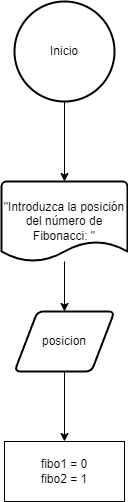
Before: unidad-1/tareas/Tarea3/images/diagrama-tarea3-03.png, a diagram exported from draw.io (mackstm/programacion). Source tidied: cells renumbered, new cells last; positions are measured from the earlier drawing's top-left corner, leaving out a move shared by most shapes. Source of this version:
```xml
<mxGraphModel background="#ffffff">
  <root>
    <mxCell id="0" />
    <mxCell id="1" parent="0" />
    <mxCell id="2" value="Inicio" style="strokeWidth=2;html=1;shape=mxgraph.flowchart.start_2;whiteSpace=wrap;" parent="1" vertex="1">
      <mxGeometry x="13" width="100" height="100" as="geometry" />
    </mxCell>
    <mxCell id="3" style="edgeStyle=orthogonalEdgeStyle;rounded=0;jettySize=auto;html=1;entryX=0.5;entryY=0;entryDx=0;entryDy=0;" parent="1" edge="1" source="4" target="7">
      <mxGeometry relative="1" as="geometry" />
    </mxCell>
    <mxCell id="4" value="&quot;Introduzca la posición del número de Fibonacci: &quot;" style="strokeWidth=2;html=1;shape=mxgraph.flowchart.document2;whiteSpace=wrap;size=0.25;" parent="1" vertex="1">
      <mxGeometry y="180" width="126" height="80" as="geometry" />
    </mxCell>
    <mxCell id="5" style="edgeStyle=orthogonalEdgeStyle;rounded=0;jettySize=auto;html=1;entryX=0.5;entryY=0;entryDx=0;entryDy=0;entryPerimeter=0;" parent="1" edge="1" source="2" target="4">
      <mxGeometry relative="1" as="geometry" />
    </mxCell>
    <mxCell id="6" style="edgeStyle=orthogonalEdgeStyle;rounded=0;jettySize=auto;html=1;entryX=0.5;entryY=0;entryDx=0;entryDy=0;" parent="1" edge="1" source="7" target="8">
      <mxGeometry relative="1" as="geometry" />
    </mxCell>
    <mxCell id="7" value="posicion" style="shape=parallelogram;html=1;strokeWidth=2;perimeter=parallelogramPerimeter;whiteSpace=wrap;rounded=1;arcSize=12;size=0.23;" parent="1" vertex="1">
      <mxGeometry x="13" y="310" width="100" height="60" as="geometry" />
    </mxCell>
    <mxCell id="8" value="fibo1 = 0&lt;br&gt;fibo2 = 1" style="rounded=0;whiteSpace=wrap;html=1;" parent="1" vertex="1">
      <mxGeometry x="3" y="440" width="120" height="60" as="geometry" />
    </mxCell>
  </root>
</mxGraphModel>
```
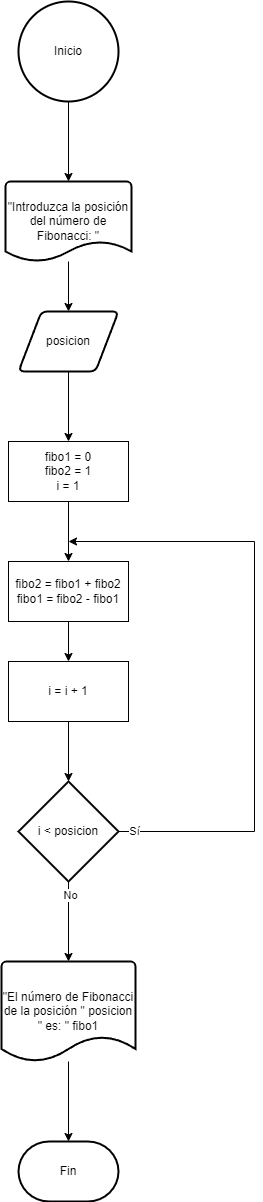
Later version of the same file.

What changed in the source:
```diff
@@ -14,14 +14,59 @@
     <mxCell id="5" style="edgeStyle=orthogonalEdgeStyle;rounded=0;jettySize=auto;html=1;entryX=0.5;entryY=0;entryDx=0;entryDy=0;entryPerimeter=0;" parent="1" edge="1" source="2" target="4">
       <mxGeometry relative="1" as="geometry" />
     </mxCell>
-    <mxCell id="6" style="edgeStyle=orthogonalEdgeStyle;rounded=0;jettySize=auto;html=1;entryX=0.5;entryY=0;entryDx=0;entryDy=0;" parent="1" edge="1" source="7" target="8">
+    <mxCell id="6" style="edgeStyle=orthogonalEdgeStyle;rounded=0;jettySize=auto;html=1;entryX=0.5;entryY=0;entryDx=0;entryDy=0;exitX=0.5;exitY=1;exitDx=0;exitDy=0;" parent="1" edge="1" source="7" target="8">
       <mxGeometry relative="1" as="geometry" />
     </mxCell>
     <mxCell id="7" value="posicion" style="shape=parallelogram;html=1;strokeWidth=2;perimeter=parallelogramPerimeter;whiteSpace=wrap;rounded=1;arcSize=12;size=0.23;" parent="1" vertex="1">
       <mxGeometry x="13" y="310" width="100" height="60" as="geometry" />
     </mxCell>
+    <mxCell id="9" style="edgeStyle=orthogonalEdgeStyle;rounded=0;jettySize=auto;html=1;entryX=0.5;entryY=0;entryDx=0;entryDy=0;exitX=0.5;exitY=1;exitDx=0;exitDy=0;" parent="1" edge="1" source="8" target="11">
+      <mxGeometry relative="1" as="geometry" />
+    </mxCell>
-    <mxCell id="8" value="fibo1 = 0&lt;br&gt;fibo2 = 1" style="rounded=0;whiteSpace=wrap;html=1;" parent="1" vertex="1">
+    <mxCell id="8" value="fibo1 = 0&lt;br&gt;fibo2 = 1&lt;br&gt;i = 1" style="rounded=0;whiteSpace=wrap;html=1;" parent="1" vertex="1">
       <mxGeometry x="3" y="440" width="120" height="60" as="geometry" />
     </mxCell>
+    <mxCell id="10" style="edgeStyle=orthogonalEdgeStyle;rounded=0;jettySize=auto;html=1;exitX=0.5;exitY=1;exitDx=0;exitDy=0;" parent="1" edge="1" source="11" target="13">
+      <mxGeometry relative="1" as="geometry" />
+    </mxCell>
+    <mxCell id="11" value="fibo2 = fibo1 + fibo2&lt;br&gt;fibo1 = fibo2 - fibo1" style="rounded=0;whiteSpace=wrap;html=1;" parent="1" vertex="1">
+      <mxGeometry x="3" y="560" width="120" height="60" as="geometry" />
+    </mxCell>
+    <mxCell id="12" style="edgeStyle=orthogonalEdgeStyle;rounded=0;jettySize=auto;html=1;" parent="1" edge="1" source="13" target="18">
+      <mxGeometry relative="1" as="geometry" />
+    </mxCell>
+    <mxCell id="13" value="i = i + 1" style="rounded=0;whiteSpace=wrap;html=1;" parent="1" vertex="1">
+      <mxGeometry x="3" y="660" width="120" height="60" as="geometry" />
+    </mxCell>
+    <mxCell id="14" style="edgeStyle=orthogonalEdgeStyle;rounded=0;jettySize=auto;html=1;exitX=1;exitY=0.5;exitDx=0;exitDy=0;exitPerimeter=0;" parent="1" edge="1" source="18">
+      <mxGeometry relative="1" as="geometry">
+        <mxPoint x="63" y="540" as="targetPoint" />
+        <Array as="points">
+          <mxPoint x="249" y="830" />
+          <mxPoint x="249" y="540" />
+        </Array>
+      </mxGeometry>
+    </mxCell>
+    <mxCell id="15" value="Sí" style="edgeLabel;html=1;align=center;verticalAlign=middle;" parent="14" vertex="1">
+      <mxGeometry x="-0.95" y="1" relative="1" as="geometry" />
+    </mxCell>
+    <mxCell id="16" style="edgeStyle=orthogonalEdgeStyle;rounded=0;jettySize=auto;html=1;" parent="1" edge="1" source="18" target="19">
+      <mxGeometry relative="1" as="geometry" />
+    </mxCell>
+    <mxCell id="17" value="No" style="edgeLabel;html=1;align=center;verticalAlign=middle;" parent="16" vertex="1">
+      <mxGeometry x="-0.68" y="1" relative="1" as="geometry" />
+    </mxCell>
+    <mxCell id="18" value="i &amp;lt; posicion" style="strokeWidth=2;html=1;shape=mxgraph.flowchart.decision;whiteSpace=wrap;" parent="1" vertex="1">
+      <mxGeometry x="13" y="780" width="100" height="100" as="geometry" />
+    </mxCell>
+    <mxCell id="19" value="&quot;El número de Fibonacci de la posición &quot; posicion &quot; es: &quot; fibo1" style="strokeWidth=2;html=1;shape=mxgraph.flowchart.document2;whiteSpace=wrap;size=0.25;" parent="1" vertex="1">
+      <mxGeometry x="-4" y="960" width="134" height="100" as="geometry" />
+    </mxCell>
+    <mxCell id="20" value="Fin" style="strokeWidth=2;html=1;shape=mxgraph.flowchart.terminator;whiteSpace=wrap;" parent="1" vertex="1">
+      <mxGeometry x="13" y="1140" width="100" height="60" as="geometry" />
+    </mxCell>
+    <mxCell id="21" style="edgeStyle=orthogonalEdgeStyle;rounded=0;jettySize=auto;html=1;entryX=0.5;entryY=0;entryDx=0;entryDy=0;entryPerimeter=0;" parent="1" edge="1" source="19" target="20">
+      <mxGeometry relative="1" as="geometry" />
+    </mxCell>
   </root>
 </mxGraphModel>
```
